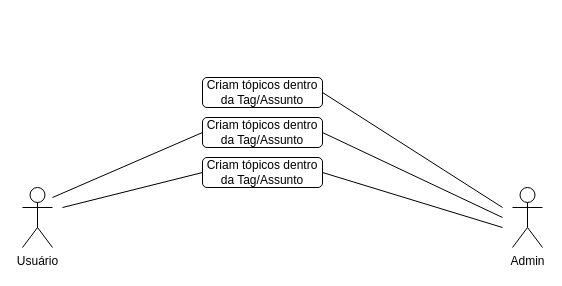
Earlier version of the draw.io diagram Untitled Diagram.drawio (Gabriel-Fig-2020/Teste_Gabriel). Source tidied: cells renumbered, new cells numbered last; positions are measured from the earlier drawing's top-left corner, leaving out a move shared by most shapes. Both pictures are drawn from the tidied source at 100%, with x=0, y=0 at pixel (22, 77).
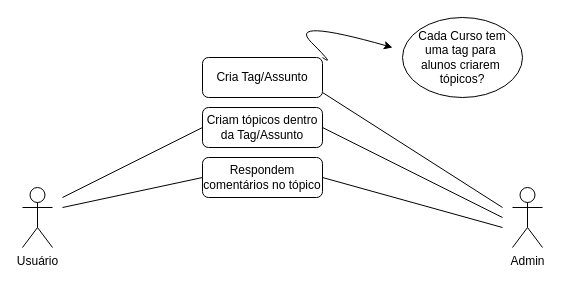
Above is the later version.

What changed in the source:
```diff
@@
 <mxGraphModel>
   <root>
     <mxCell id="0" />
     <mxCell id="1" parent="0" />
     <mxCell id="2" value="Admin" style="shape=umlActor;verticalLabelPosition=bottom;verticalAlign=top;html=1;" parent="1" vertex="1">
       <mxGeometry x="490" y="110" width="30" height="60" as="geometry" />
     </mxCell>
     <mxCell id="3" value="Usuário" style="shape=umlActor;verticalLabelPosition=bottom;verticalAlign=top;html=1;" parent="1" vertex="1">
       <mxGeometry y="110" width="30" height="60" as="geometry" />
     </mxCell>
     <mxCell id="4" style="endArrow=none;html=1;exitX=1;exitY=0.5;exitDx=0;exitDy=0;" parent="1" edge="1">
       <mxGeometry relative="1" as="geometry">
         <mxPoint x="300" y="15" as="sourcePoint" />
         <mxPoint x="480" y="130" as="targetPoint" />
       </mxGeometry>
     </mxCell>
     <mxCell id="5" value="Criam tópicos dentro da Tag/Assunto" style="rounded=1;whiteSpace=wrap;html=1;" parent="1" vertex="1">
-      <mxGeometry x="180" y="40" width="120" height="30" as="geometry" />
+      <mxGeometry x="180" y="30" width="120" height="40" as="geometry" />
     </mxCell>
     <mxCell id="6" style="endArrow=none;html=1;entryX=0;entryY=0.5;entryDx=0;entryDy=0;" parent="1" edge="1" target="5">
       <mxGeometry relative="1" as="geometry">
-        <mxPoint x="30" y="120" as="sourcePoint" />
+        <mxPoint x="40" y="120" as="sourcePoint" />
       </mxGeometry>
     </mxCell>
     <mxCell id="7" style="endArrow=none;html=1;exitX=1;exitY=0.5;exitDx=0;exitDy=0;" parent="1" edge="1" source="5">
       <mxGeometry relative="1" as="geometry">
         <mxPoint x="480" y="140" as="targetPoint" />
       </mxGeometry>
     </mxCell>
-    <mxCell id="8" value="Criam tópicos dentro da Tag/Assunto" style="rounded=1;whiteSpace=wrap;html=1;" parent="1" vertex="1">
-      <mxGeometry x="180" y="80" width="120" height="30" as="geometry" />
+    <mxCell id="8" value="Respondem comentários no tópico" style="rounded=1;whiteSpace=wrap;html=1;" parent="1" vertex="1">
+      <mxGeometry x="180" y="80" width="120" height="40" as="geometry" />
     </mxCell>
     <mxCell id="9" style="endArrow=none;html=1;exitX=0;exitY=0.5;exitDx=0;exitDy=0;" parent="1" edge="1" source="8">
       <mxGeometry relative="1" as="geometry">
         <mxPoint x="40" y="130" as="targetPoint" />
       </mxGeometry>
     </mxCell>
     <mxCell id="10" style="endArrow=none;html=1;entryX=1;entryY=0.5;entryDx=0;entryDy=0;" parent="1" edge="1" target="8">
       <mxGeometry relative="1" as="geometry">
         <mxPoint x="480" y="150" as="sourcePoint" />
       </mxGeometry>
     </mxCell>
-    <mxCell id="11" value="Criam tópicos dentro da Tag/Assunto" style="rounded=1;whiteSpace=wrap;html=1;" parent="1" vertex="1">
-      <mxGeometry x="180" width="120" height="30" as="geometry" />
+    <mxCell id="11" value="Cria Tag/Assunto" style="rounded=1;whiteSpace=wrap;html=1;" parent="1" vertex="1">
+      <mxGeometry x="180" y="-20" width="120" height="40" as="geometry" />
     </mxCell>
+    <mxCell id="12" value="Cada Curso tem&lt;br&gt;uma tag para&amp;nbsp;&lt;br&gt;alunos criarem&amp;nbsp;&lt;br&gt;tópicos?" style="ellipse;whiteSpace=wrap;html=1;" parent="1" vertex="1">
+      <mxGeometry x="380" y="-60" width="120" height="80" as="geometry" />
+    </mxCell>
+    <mxCell id="13" style="curved=1;endArrow=classic;html=1;exitX=1;exitY=0;exitDx=0;exitDy=0;" parent="1" edge="1" source="11">
+      <mxGeometry relative="1" as="geometry">
+        <mxPoint x="370" y="-30" as="targetPoint" />
+        <Array as="points">
+          <mxPoint x="314" y="-10" />
+          <mxPoint x="264" y="-60" />
+        </Array>
+      </mxGeometry>
+    </mxCell>
   </root>
 </mxGraphModel>
```
